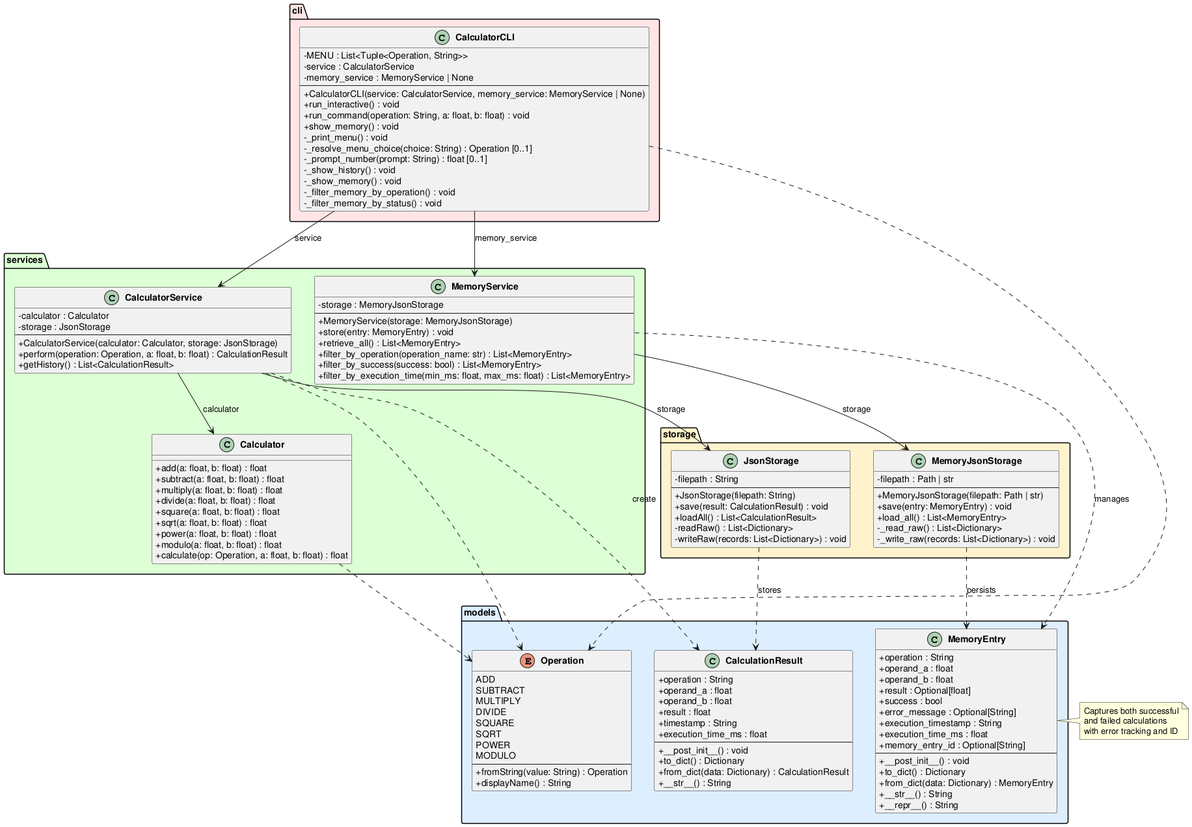
This is experiments/pipeline/structured_text/calculator/artifacts/class_diagram.png from DanielRiha8906/Software_autoevolution_using_agents, a PlantUML export, as it was before one commit.
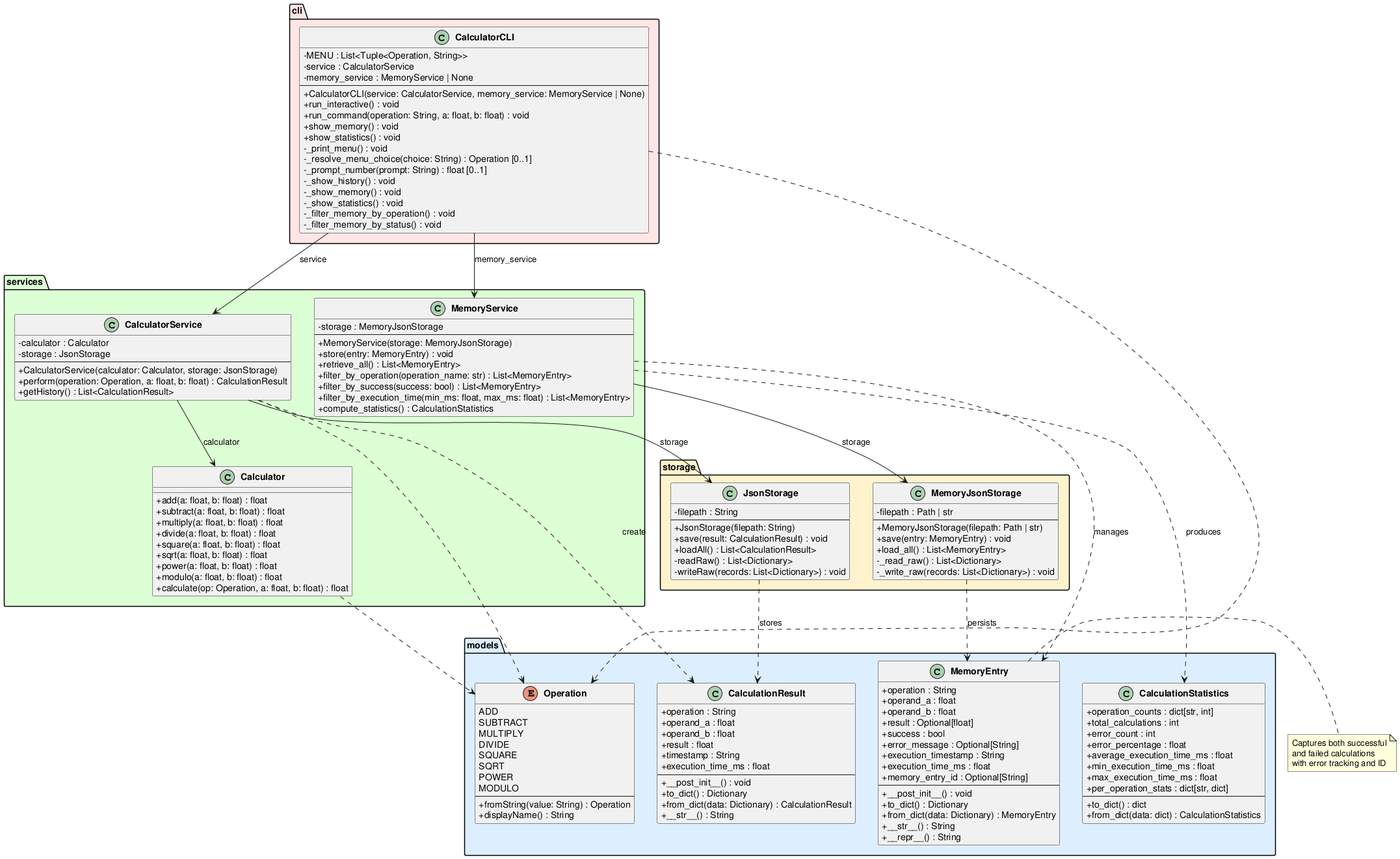
After the commit.

Change to the diagram source:
```diff
@@ -49,6 +49,20 @@
         +__str__() : String
         +__repr__() : String
     }
+
+    class CalculationStatistics {
+        +operation_counts : dict[str, int]
+        +total_calculations : int
+        +error_count : int
+        +error_percentage : float
+        +average_execution_time_ms : float
+        +min_execution_time_ms : float
+        +max_execution_time_ms : float
+        +per_operation_stats : dict[str, dict]
+        --
+        +to_dict() : dict
+        +from_dict(data: dict) : CalculationStatistics
+    }
 }
 
 package "services" #DDFFD4 {
@@ -82,6 +96,7 @@
         +filter_by_operation(operation_name: str) : List<MemoryEntry>
         +filter_by_success(success: bool) : List<MemoryEntry>
         +filter_by_execution_time(min_ms: float, max_ms: float) : List<MemoryEntry>
+        +compute_statistics() : CalculationStatistics
     }
 }
 
@@ -117,11 +132,13 @@
         +run_interactive() : void
         +run_command(operation: String, a: float, b: float) : void
         +show_memory() : void
+        +show_statistics() : void
         -_print_menu() : void
         -_resolve_menu_choice(choice: String) : Operation [0..1]
         -_prompt_number(prompt: String) : float [0..1]
         -_show_history() : void
         -_show_memory() : void
+        -_show_statistics() : void
         -_filter_memory_by_operation() : void
         -_filter_memory_by_status() : void
     }
@@ -139,6 +156,7 @@
 Calculator ..> Operation
 JsonStorage ..> CalculationResult : stores
 MemoryService ..> MemoryEntry : manages
+MemoryService ..> CalculationStatistics : produces
 MemoryJsonStorage ..> MemoryEntry : persists
 
 note right of MemoryEntry
```
